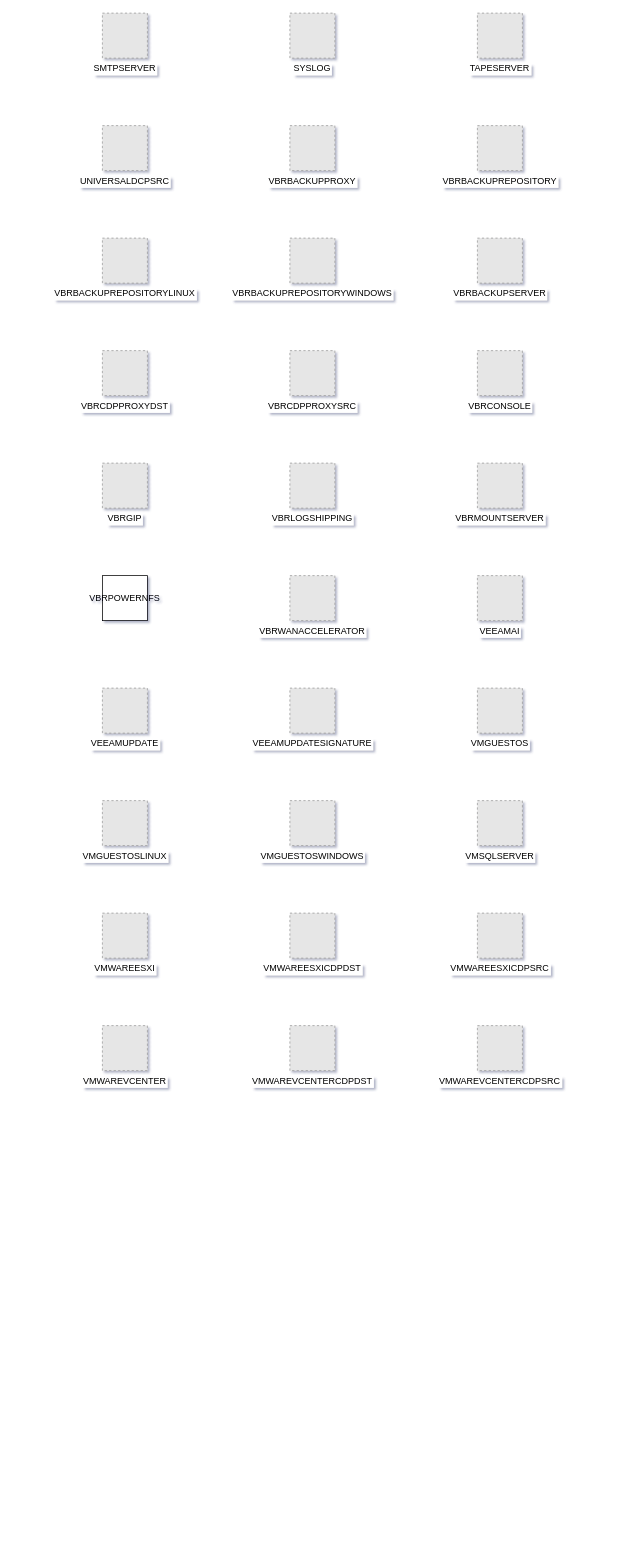
Earlier version of the draw.io diagram utility/check_styles/portfolio.drawio (strangenewcoder/VeeamDesigner). Source tidied: cells renumbered, new cells numbered last; positions are measured from the earlier drawing's top-left corner, leaving out a move shared by most shapes. Both pictures are drawn from the tidied source at 75%, with x=0, y=0 at pixel (102, 13). Pictures stored in the file or linked from it are replaced by grey dashed boxes.
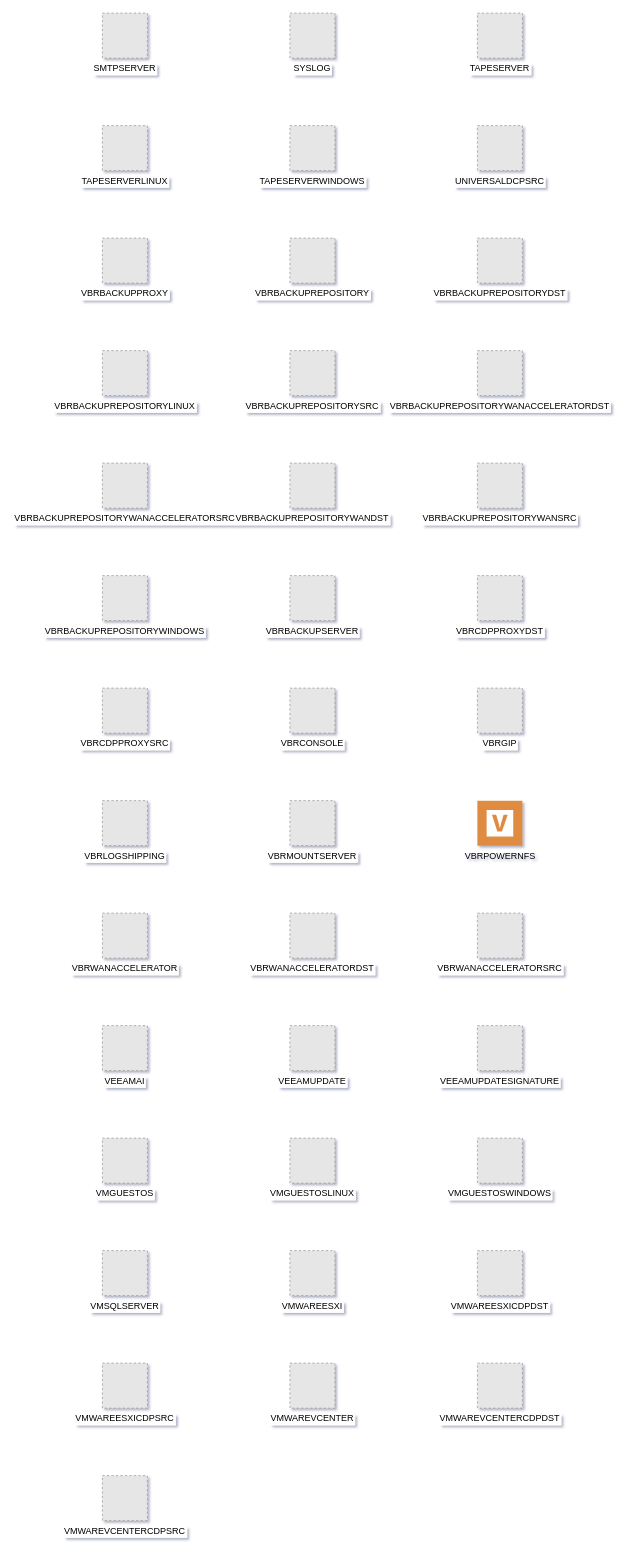
After the change.

Commit message (it also covers changes not shown here):
Implement skip for same subnet

Change to the diagram source:
```diff
@@
+    <mxCell id="32" value="TAPESERVERLINUX" style="fillColor=#E6E6E6;strokeColor=#999999;dashed=1;verticalLabelPosition=bottom;labelBackgroundColor=default;verticalAlign=top;" parent="1" vertex="1">
+      <mxGeometry y="150" width="60" height="60" as="geometry" />
+    </mxCell>
+    <mxCell id="33" value="TAPESERVERWINDOWS" style="fillColor=#E6E6E6;strokeColor=#999999;dashed=1;verticalLabelPosition=bottom;labelBackgroundColor=default;verticalAlign=top;" parent="1" vertex="1">
+      <mxGeometry x="250" y="150" width="60" height="60" as="geometry" />
+    </mxCell>
     <mxCell id="5" value="UNIVERSALDCPSRC" style="fillColor=#E6E6E6;strokeColor=#999999;dashed=1;verticalLabelPosition=bottom;labelBackgroundColor=default;verticalAlign=top;" parent="1" vertex="1">
-      <mxGeometry y="150" width="60" height="60" as="geometry" />
+      <mxGeometry x="500" y="150" width="60" height="60" as="geometry" />
     </mxCell>
     <mxCell id="6" value="VBRBACKUPPROXY" style="fillColor=#E6E6E6;strokeColor=#999999;dashed=1;verticalLabelPosition=bottom;labelBackgroundColor=default;verticalAlign=top;" parent="1" vertex="1">
-      <mxGeometry x="250" y="150" width="60" height="60" as="geometry" />
+      <mxGeometry y="300" width="60" height="60" as="geometry" />
     </mxCell>
     <mxCell id="7" value="VBRBACKUPREPOSITORY" style="fillColor=#E6E6E6;strokeColor=#999999;dashed=1;verticalLabelPosition=bottom;labelBackgroundColor=default;verticalAlign=top;" parent="1" vertex="1">
-      <mxGeometry x="500" y="150" width="60" height="60" as="geometry" />
+      <mxGeometry x="250" y="300" width="60" height="60" as="geometry" />
     </mxCell>
+    <mxCell id="34" value="VBRBACKUPREPOSITORYDST" style="fillColor=#E6E6E6;strokeColor=#999999;dashed=1;verticalLabelPosition=bottom;labelBackgroundColor=default;verticalAlign=top;" parent="1" vertex="1">
+      <mxGeometry x="500" y="300" width="60" height="60" as="geometry" />
+    </mxCell>
     <mxCell id="8" value="VBRBACKUPREPOSITORYLINUX" style="fillColor=#E6E6E6;strokeColor=#999999;dashed=1;verticalLabelPosition=bottom;labelBackgroundColor=default;verticalAlign=top;" parent="1" vertex="1">
-      <mxGeometry y="300" width="60" height="60" as="geometry" />
+      <mxGeometry y="450" width="60" height="60" as="geometry" />
     </mxCell>
+    <mxCell id="35" value="VBRBACKUPREPOSITORYSRC" style="fillColor=#E6E6E6;strokeColor=#999999;dashed=1;verticalLabelPosition=bottom;labelBackgroundColor=default;verticalAlign=top;" parent="1" vertex="1">
+      <mxGeometry x="250" y="450" width="60" height="60" as="geometry" />
+    </mxCell>
+    <mxCell id="36" value="VBRBACKUPREPOSITORYWANACCELERATORDST" style="fillColor=#E6E6E6;strokeColor=#999999;dashed=1;verticalLabelPosition=bottom;labelBackgroundColor=default;verticalAlign=top;" parent="1" vertex="1">
+      <mxGeometry x="500" y="450" width="60" height="60" as="geometry" />
+    </mxCell>
+    <mxCell id="37" value="VBRBACKUPREPOSITORYWANACCELERATORSRC" style="fillColor=#E6E6E6;strokeColor=#999999;dashed=1;verticalLabelPosition=bottom;labelBackgroundColor=default;verticalAlign=top;" parent="1" vertex="1">
+      <mxGeometry y="600" width="60" height="60" as="geometry" />
+    </mxCell>
+    <mxCell id="38" value="VBRBACKUPREPOSITORYWANDST" style="fillColor=#E6E6E6;strokeColor=#999999;dashed=1;verticalLabelPosition=bottom;labelBackgroundColor=default;verticalAlign=top;" parent="1" vertex="1">
+      <mxGeometry x="250" y="600" width="60" height="60" as="geometry" />
+    </mxCell>
+    <mxCell id="39" value="VBRBACKUPREPOSITORYWANSRC" style="fillColor=#E6E6E6;strokeColor=#999999;dashed=1;verticalLabelPosition=bottom;labelBackgroundColor=default;verticalAlign=top;" parent="1" vertex="1">
+      <mxGeometry x="500" y="600" width="60" height="60" as="geometry" />
+    </mxCell>
     <mxCell id="9" value="VBRBACKUPREPOSITORYWINDOWS" style="fillColor=#E6E6E6;strokeColor=#999999;dashed=1;verticalLabelPosition=bottom;labelBackgroundColor=default;verticalAlign=top;" parent="1" vertex="1">
-      <mxGeometry x="250" y="300" width="60" height="60" as="geometry" />
+      <mxGeometry y="750" width="60" height="60" as="geometry" />
     </mxCell>
     <mxCell id="10" value="VBRBACKUPSERVER" style="fillColor=#E6E6E6;strokeColor=#999999;dashed=1;verticalLabelPosition=bottom;labelBackgroundColor=default;verticalAlign=top;" parent="1" vertex="1">
-      <mxGeometry x="500" y="300" width="60" height="60" as="geometry" />
+      <mxGeometry x="250" y="750" width="60" height="60" as="geometry" />
     </mxCell>
     <mxCell id="11" value="VBRCDPPROXYDST" style="fillColor=#E6E6E6;strokeColor=#999999;dashed=1;verticalLabelPosition=bottom;labelBackgroundColor=default;verticalAlign=top;" parent="1" vertex="1">
-      <mxGeometry y="450" width="60" height="60" as="geometry" />
+      <mxGeometry x="500" y="750" width="60" height="60" as="geometry" />
     </mxCell>
     <mxCell id="12" value="VBRCDPPROXYSRC" style="fillColor=#E6E6E6;strokeColor=#999999;dashed=1;verticalLabelPosition=bottom;labelBackgroundColor=default;verticalAlign=top;" parent="1" vertex="1">
-      <mxGeometry x="250" y="450" width="60" height="60" as="geometry" />
+      <mxGeometry y="900" width="60" height="60" as="geometry" />
     </mxCell>
     <mxCell id="13" value="VBRCONSOLE" style="fillColor=#E6E6E6;strokeColor=#999999;dashed=1;verticalLabelPosition=bottom;labelBackgroundColor=default;verticalAlign=top;" parent="1" vertex="1">
-      <mxGeometry x="500" y="450" width="60" height="60" as="geometry" />
+      <mxGeometry x="250" y="900" width="60" height="60" as="geometry" />
     </mxCell>
     <mxCell id="14" value="VBRGIP" style="fillColor=#E6E6E6;strokeColor=#999999;dashed=1;verticalLabelPosition=bottom;labelBackgroundColor=default;verticalAlign=top;" parent="1" vertex="1">
-      <mxGeometry y="600" width="60" height="60" as="geometry" />
+      <mxGeometry x="500" y="900" width="60" height="60" as="geometry" />
     </mxCell>
     <mxCell id="15" value="VBRLOGSHIPPING" style="fillColor=#E6E6E6;strokeColor=#999999;dashed=1;verticalLabelPosition=bottom;labelBackgroundColor=default;verticalAlign=top;" parent="1" vertex="1">
-      <mxGeometry x="250" y="600" width="60" height="60" as="geometry" />
+      <mxGeometry y="1050" width="60" height="60" as="geometry" />
     </mxCell>
     <mxCell id="16" value="VBRMOUNTSERVER" style="fillColor=#E6E6E6;strokeColor=#999999;dashed=1;verticalLabelPosition=bottom;labelBackgroundColor=default;verticalAlign=top;" parent="1" vertex="1">
-      <mxGeometry x="500" y="600" width="60" height="60" as="geometry" />
+      <mxGeometry x="250" y="1050" width="60" height="60" as="geometry" />
     </mxCell>
-    <mxCell id="17" value="VBRPOWERNFS" style="rounded=0;whiteSpace=wrap;html=1;" parent="1" vertex="1">
-      <mxGeometry y="750" width="60" height="60" as="geometry" />
+    <mxCell id="17" value="VBRPOWERNFS" style="sketch=0;shadow=0;dashed=0;html=1;strokeColor=none;fillColor=#DF8C42;labelPosition=center;verticalLabelPosition=bottom;verticalAlign=top;align=center;shape=mxgraph.veeam2.veeam_availability_suite;" parent="1" vertex="1">
+      <mxGeometry x="500" y="1050" width="60" height="60" as="geometry" />
     </mxCell>
     <mxCell id="18" value="VBRWANACCELERATOR" style="fillColor=#E6E6E6;strokeColor=#999999;dashed=1;verticalLabelPosition=bottom;labelBackgroundColor=default;verticalAlign=top;" parent="1" vertex="1">
-      <mxGeometry x="250" y="750" width="60" height="60" as="geometry" />
+      <mxGeometry y="1200" width="60" height="60" as="geometry" />
     </mxCell>
+    <mxCell id="40" value="VBRWANACCELERATORDST" style="fillColor=#E6E6E6;strokeColor=#999999;dashed=1;verticalLabelPosition=bottom;labelBackgroundColor=default;verticalAlign=top;" parent="1" vertex="1">
+      <mxGeometry x="250" y="1200" width="60" height="60" as="geometry" />
+    </mxCell>
+    <mxCell id="41" value="VBRWANACCELERATORSRC" style="fillColor=#E6E6E6;strokeColor=#999999;dashed=1;verticalLabelPosition=bottom;labelBackgroundColor=default;verticalAlign=top;" parent="1" vertex="1">
+      <mxGeometry x="500" y="1200" width="60" height="60" as="geometry" />
+    </mxCell>
     <mxCell id="19" value="VEEAMAI" style="fillColor=#E6E6E6;strokeColor=#999999;dashed=1;verticalLabelPosition=bottom;labelBackgroundColor=default;verticalAlign=top;" parent="1" vertex="1">
-      <mxGeometry x="500" y="750" width="60" height="60" as="geometry" />
+      <mxGeometry y="1350" width="60" height="60" as="geometry" />
     </mxCell>
     <mxCell id="20" value="VEEAMUPDATE" style="fillColor=#E6E6E6;strokeColor=#999999;dashed=1;verticalLabelPosition=bottom;labelBackgroundColor=default;verticalAlign=top;" parent="1" vertex="1">
-      <mxGeometry y="900" width="60" height="60" as="geometry" />
+      <mxGeometry x="250" y="1350" width="60" height="60" as="geometry" />
     </mxCell>
     <mxCell id="21" value="VEEAMUPDATESIGNATURE" style="fillColor=#E6E6E6;strokeColor=#999999;dashed=1;verticalLabelPosition=bottom;labelBackgroundColor=default;verticalAlign=top;" parent="1" vertex="1">
-      <mxGeometry x="250" y="900" width="60" height="60" as="geometry" />
+      <mxGeometry x="500" y="1350" width="60" height="60" as="geometry" />
     </mxCell>
     <mxCell id="22" value="VMGUESTOS" style="fillColor=#E6E6E6;strokeColor=#999999;dashed=1;verticalLabelPosition=bottom;labelBackgroundColor=default;verticalAlign=top;" parent="1" vertex="1">
-      <mxGeometry x="500" y="900" width="60" height="60" as="geometry" />
+      <mxGeometry y="1500" width="60" height="60" as="geometry" />
     </mxCell>
     <mxCell id="23" value="VMGUESTOSLINUX" style="fillColor=#E6E6E6;strokeColor=#999999;dashed=1;verticalLabelPosition=bottom;labelBackgroundColor=default;verticalAlign=top;" parent="1" vertex="1">
-      <mxGeometry y="1050" width="60" height="60" as="geometry" />
+      <mxGeometry x="250" y="1500" width="60" height="60" as="geometry" />
     </mxCell>
     <mxCell id="24" value="VMGUESTOSWINDOWS" style="fillColor=#E6E6E6;strokeColor=#999999;dashed=1;verticalLabelPosition=bottom;labelBackgroundColor=default;verticalAlign=top;" parent="1" vertex="1">
-      <mxGeometry x="250" y="1050" width="60" height="60" as="geometry" />
+      <mxGeometry x="500" y="1500" width="60" height="60" as="geometry" />
     </mxCell>
     <mxCell id="25" value="VMSQLSERVER" style="fillColor=#E6E6E6;strokeColor=#999999;dashed=1;verticalLabelPosition=bottom;labelBackgroundColor=default;verticalAlign=top;" parent="1" vertex="1">
-      <mxGeometry x="500" y="1050" width="60" height="60" as="geometry" />
+      <mxGeometry y="1650" width="60" height="60" as="geometry" />
     </mxCell>
     <mxCell id="26" value="VMWAREESXI" style="fillColor=#E6E6E6;strokeColor=#999999;dashed=1;verticalLabelPosition=bottom;labelBackgroundColor=default;verticalAlign=top;" parent="1" vertex="1">
-      <mxGeometry y="1200" width="60" height="60" as="geometry" />
+      <mxGeometry x="250" y="1650" width="60" height="60" as="geometry" />
     </mxCell>
     <mxCell id="27" value="VMWAREESXICDPDST" style="fillColor=#E6E6E6;strokeColor=#999999;dashed=1;verticalLabelPosition=bottom;labelBackgroundColor=default;verticalAlign=top;" parent="1" vertex="1">
-      <mxGeometry x="250" y="1200" width="60" height="60" as="geometry" />
+      <mxGeometry x="500" y="1650" width="60" height="60" as="geometry" />
     </mxCell>
     <mxCell id="28" value="VMWAREESXICDPSRC" style="fillColor=#E6E6E6;strokeColor=#999999;dashed=1;verticalLabelPosition=bottom;labelBackgroundColor=default;verticalAlign=top;" parent="1" vertex="1">
-      <mxGeometry x="500" y="1200" width="60" height="60" as="geometry" />
+      <mxGeometry y="1800" width="60" height="60" as="geometry" />
     </mxCell>
     <mxCell id="29" value="VMWAREVCENTER" style="fillColor=#E6E6E6;strokeColor=#999999;dashed=1;verticalLabelPosition=bottom;labelBackgroundColor=default;verticalAlign=top;" parent="1" vertex="1">
-      <mxGeometry y="1350" width="60" height="60" as="geometry" />
+      <mxGeometry x="250" y="1800" width="60" height="60" as="geometry" />
     </mxCell>
     <mxCell id="30" value="VMWAREVCENTERCDPDST" style="fillColor=#E6E6E6;strokeColor=#999999;dashed=1;verticalLabelPosition=bottom;labelBackgroundColor=default;verticalAlign=top;" parent="1" vertex="1">
-      <mxGeometry x="250" y="1350" width="60" height="60" as="geometry" />
+      <mxGeometry x="500" y="1800" width="60" height="60" as="geometry" />
     </mxCell>
     <mxCell id="31" value="VMWAREVCENTERCDPSRC" style="fillColor=#E6E6E6;strokeColor=#999999;dashed=1;verticalLabelPosition=bottom;labelBackgroundColor=default;verticalAlign=top;" parent="1" vertex="1">
-      <mxGeometry x="500" y="1350" width="60" height="60" as="geometry" />
+      <mxGeometry y="1950" width="60" height="60" as="geometry" />
     </mxCell>
```
